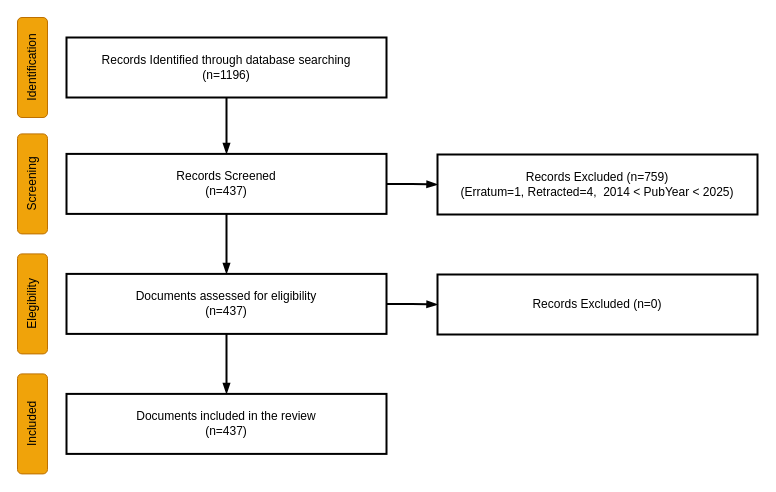
The draw.io diagram manuscript/prisma-flow-chart.drawio in jdvelasq/tm2_multiagent_karla, before the edit. Source tidied: cells renumbered, new cells numbered last; positions are measured from the earlier drawing's top-left corner, leaving out a move shared by most shapes. Both pictures are drawn from the tidied source at 100%, with x=0, y=0 at pixel (-18, 37).
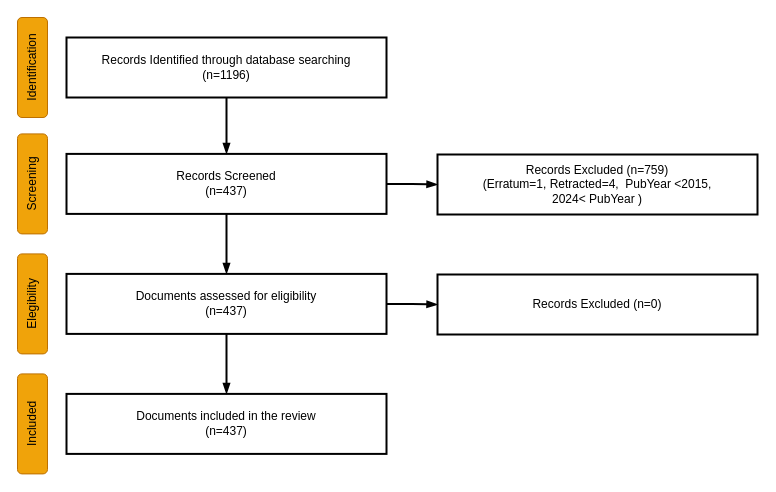
The same page after the edit.

Change to the diagram source:
```diff
@@
 <mxGraphModel background="#ffffff">
   <root>
     <mxCell id="0" />
     <mxCell id="1" parent="0" />
     <mxCell id="2" value="Identification" style="rounded=1;whiteSpace=wrap;html=1;fillColor=#f0a30a;fontColor=#000000;strokeColor=#BD7000;rotation=-90;" parent="1" vertex="1">
       <mxGeometry y="15" width="100" height="30" as="geometry" />
     </mxCell>
     <mxCell id="3" value="Screening" style="rounded=1;whiteSpace=wrap;html=1;fillColor=#f0a30a;fontColor=#000000;strokeColor=#BD7000;rotation=-90;" parent="1" vertex="1">
       <mxGeometry y="131.4" width="100" height="30" as="geometry" />
     </mxCell>
     <mxCell id="4" value="Elegibility" style="rounded=1;whiteSpace=wrap;html=1;fillColor=#f0a30a;fontColor=#000000;strokeColor=#BD7000;rotation=-90;" parent="1" vertex="1">
       <mxGeometry y="251.4" width="100" height="30" as="geometry" />
     </mxCell>
     <mxCell id="5" value="Included" style="rounded=1;whiteSpace=wrap;html=1;fillColor=#f0a30a;fontColor=#000000;strokeColor=#BD7000;rotation=-90;" parent="1" vertex="1">
       <mxGeometry y="371.4" width="100" height="30" as="geometry" />
     </mxCell>
     <mxCell id="6" style="edgeStyle=orthogonalEdgeStyle;rounded=0;jettySize=auto;html=1;entryX=0.5;entryY=0;entryDx=0;entryDy=0;strokeColor=#000000;endArrow=blockThin;endFill=1;strokeWidth=2;" parent="1" edge="1" source="7" target="10">
       <mxGeometry relative="1" as="geometry" />
     </mxCell>
     <mxCell id="7" value="Records Identified through database searching&lt;br&gt;(n=1196)" style="rounded=0;whiteSpace=wrap;html=1;fillColor=none;strokeColor=#000000;fontColor=#000000;strokeWidth=2;" parent="1" vertex="1">
       <mxGeometry x="84" width="320" height="60" as="geometry" />
     </mxCell>
     <mxCell id="8" style="edgeStyle=orthogonalEdgeStyle;rounded=0;jettySize=auto;html=1;entryX=0.5;entryY=0;entryDx=0;entryDy=0;strokeColor=#000000;endArrow=blockThin;endFill=1;strokeWidth=2;" parent="1" edge="1" source="10" target="14">
       <mxGeometry relative="1" as="geometry" />
     </mxCell>
     <mxCell id="9" style="edgeStyle=orthogonalEdgeStyle;rounded=0;jettySize=auto;html=1;strokeColor=#000000;strokeWidth=2;endArrow=blockThin;endFill=1;" parent="1" edge="1" source="10" target="11">
       <mxGeometry relative="1" as="geometry" />
     </mxCell>
     <mxCell id="10" value="Records Screened&lt;br&gt;(n=437)" style="rounded=0;whiteSpace=wrap;html=1;fillColor=none;strokeColor=#000000;fontColor=#000000;strokeWidth=2;" parent="1" vertex="1">
       <mxGeometry x="84" y="116.4" width="320" height="60" as="geometry" />
     </mxCell>
-    <mxCell id="11" value="Records Excluded (n=759)&lt;br&gt;(Erratum=1, Retracted=4,&amp;nbsp; 2014 &amp;lt; PubYear &amp;lt; 2025)" style="rounded=0;whiteSpace=wrap;html=1;fillColor=none;strokeColor=#000000;fontColor=#000000;strokeWidth=2;" parent="1" vertex="1">
+    <mxCell id="11" value="Records Excluded (n=759)&lt;br&gt;(Erratum=1, Retracted=4,&amp;nbsp; PubYear &amp;lt;2015,&lt;div&gt;2024&amp;lt; PubYear )&lt;/div&gt;" style="rounded=0;whiteSpace=wrap;html=1;fillColor=none;strokeColor=#000000;fontColor=#000000;strokeWidth=2;" parent="1" vertex="1">
       <mxGeometry x="455" y="117" width="320" height="60" as="geometry" />
     </mxCell>
     <mxCell id="12" style="edgeStyle=orthogonalEdgeStyle;rounded=0;jettySize=auto;html=1;entryX=0.5;entryY=0;entryDx=0;entryDy=0;strokeColor=#000000;strokeWidth=2;endArrow=blockThin;endFill=1;" parent="1" edge="1" source="14" target="16">
       <mxGeometry relative="1" as="geometry" />
     </mxCell>
     <mxCell id="13" style="edgeStyle=orthogonalEdgeStyle;rounded=0;jettySize=auto;html=1;exitX=1;exitY=0.5;exitDx=0;exitDy=0;strokeColor=#000000;strokeWidth=2;endArrow=blockThin;endFill=1;" parent="1" edge="1" source="14" target="15">
       <mxGeometry relative="1" as="geometry" />
     </mxCell>
     <mxCell id="14" value="Documents assessed for eligibility&lt;br&gt;(n=437)" style="rounded=0;whiteSpace=wrap;html=1;fillColor=none;strokeColor=#000000;fontColor=#000000;strokeWidth=2;" parent="1" vertex="1">
       <mxGeometry x="84" y="236.4" width="320" height="60" as="geometry" />
     </mxCell>
     <mxCell id="15" value="Records Excluded (n=0)" style="rounded=0;whiteSpace=wrap;html=1;fillColor=none;strokeColor=#000000;fontColor=#000000;strokeWidth=2;" parent="1" vertex="1">
       <mxGeometry x="455" y="237" width="320" height="60" as="geometry" />
     </mxCell>
     <mxCell id="16" value="Documents included in the review&lt;br&gt;(n=437)" style="rounded=0;whiteSpace=wrap;html=1;fillColor=none;strokeColor=#000000;fontColor=#000000;strokeWidth=2;" parent="1" vertex="1">
       <mxGeometry x="84" y="356.4" width="320" height="60" as="geometry" />
     </mxCell>
   </root>
 </mxGraphModel>
```
